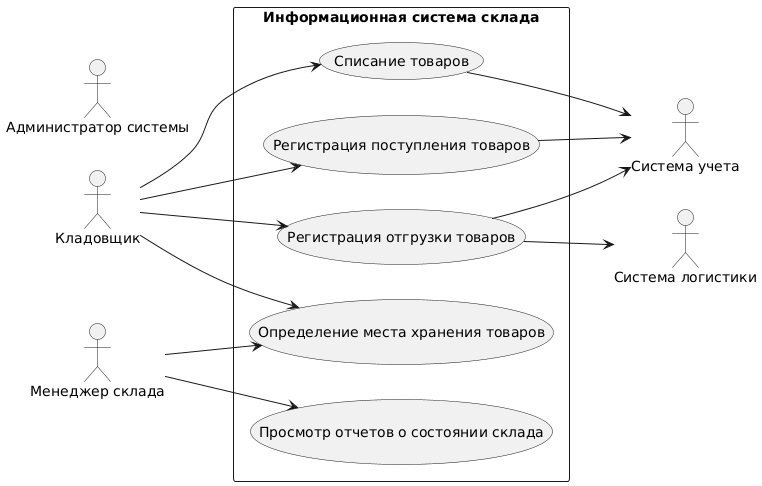
Above: assets/image.png in penamarth/bsbo-02-23_team2_var6_storage (PlantUML), before the change.
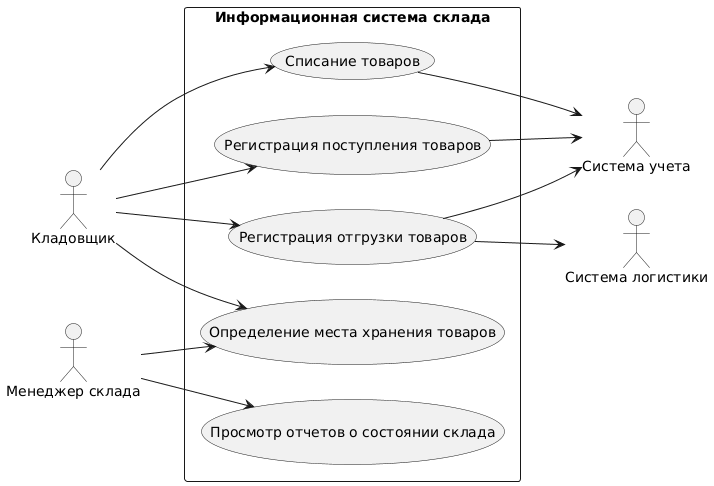
Above is the later version.

Commit message:
Финальная диаграмма прецедентов fix

Diff of the diagram source:
```diff
@@ -4,7 +4,6 @@
 
 :Кладовщик:
 :Менеджер склада:
-:Администратор системы:
 :Система учета:
 :Система логистики:
 
@@ -14,6 +13,7 @@
   (Списание товаров)
   (Определение места хранения товаров)
   (Просмотр отчетов о состоянии склада)
+
 }
 
 :Кладовщик: --> (Регистрация поступления товаров)
```
